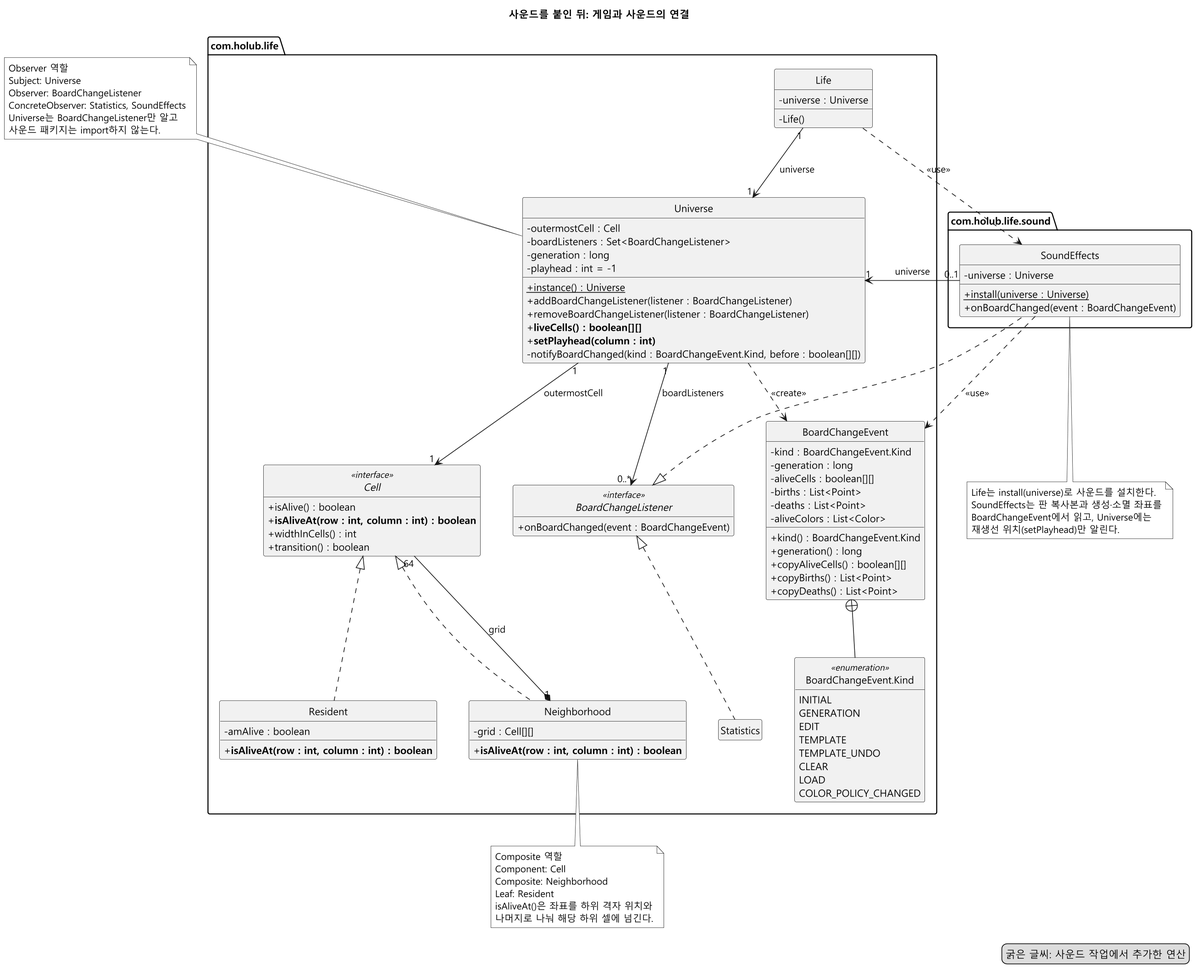
The PlantUML diagram docs/sound-effects/diagram/class-after.png in mckimR1972/DP_team_project, before a commit.
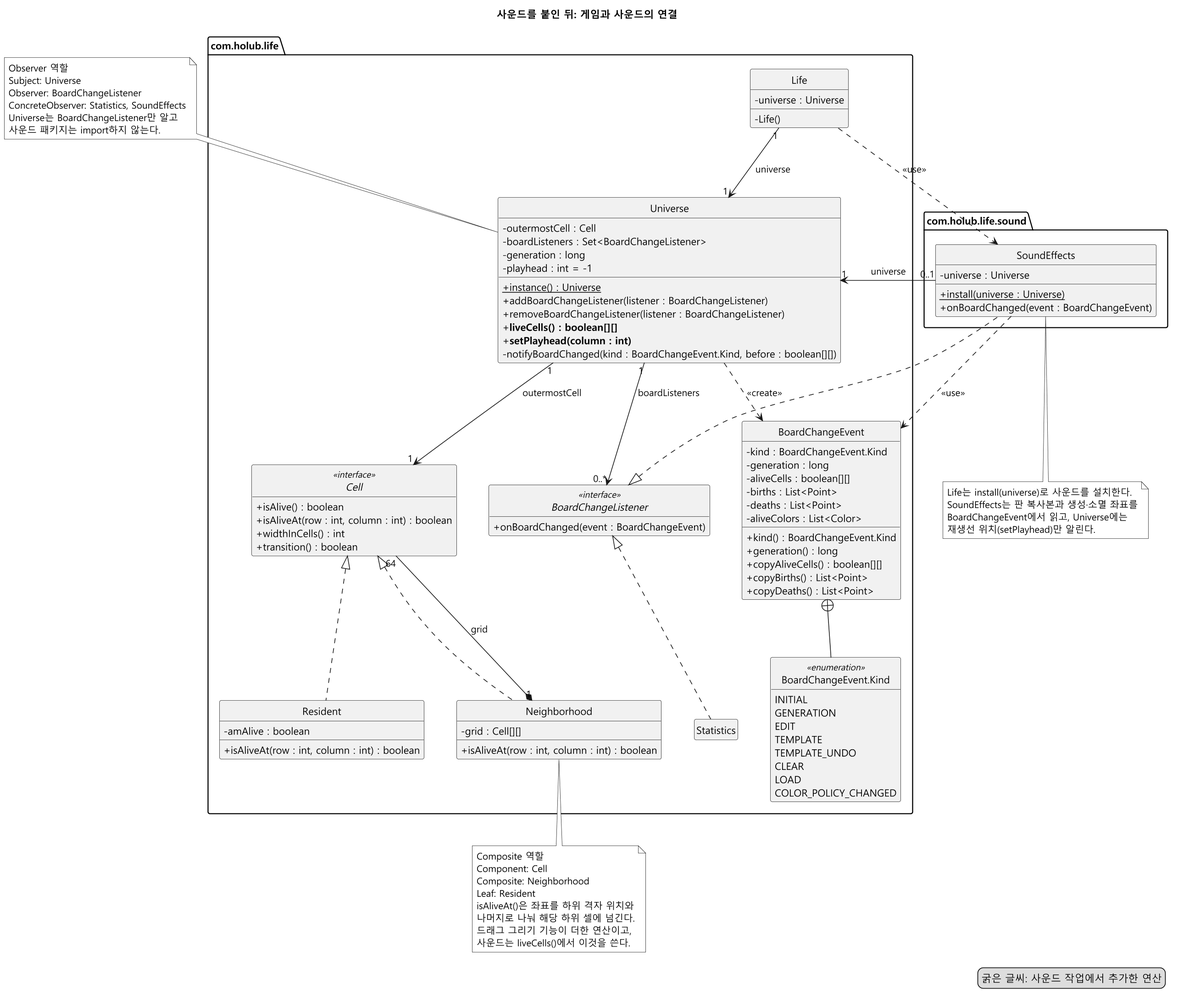
After the change.

Commit message:
docs(sound): isAliveAt()은 드래그 그리기 기능의 연산을 가져다 쓴 것으로 고침

Diff of the diagram source:
```diff
@@ -64,19 +64,19 @@
 
   interface Cell <<interface>> {
     + isAlive() : boolean
-    + **isAliveAt(row : int, column : int) : boolean**
+    + isAliveAt(row : int, column : int) : boolean
     + widthInCells() : int
     + transition() : boolean
   }
 
   class Neighborhood {
     - grid : Cell[][]
-    + **isAliveAt(row : int, column : int) : boolean**
+    + isAliveAt(row : int, column : int) : boolean
   }
 
   class Resident {
     - amAlive : boolean
-    + **isAliveAt(row : int, column : int) : boolean**
+    + isAliveAt(row : int, column : int) : boolean
   }
 }
 
@@ -120,6 +120,8 @@
   Leaf: Resident
   isAliveAt()은 좌표를 하위 격자 위치와
   나머지로 나눠 해당 하위 셀에 넘긴다.
+  드래그 그리기 기능이 더한 연산이고,
+  사운드는 liveCells()에서 이것을 쓴다.
 end note
 
 note bottom of SoundEffects
```
